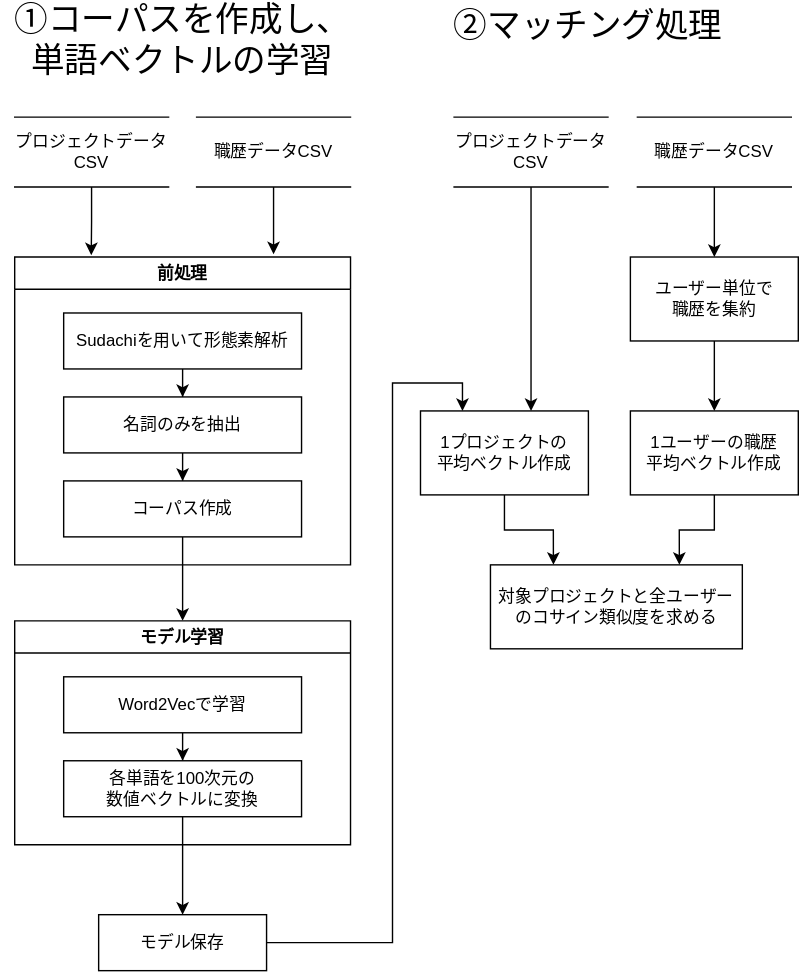
Before: マッチング処理のデータフロー図.drawio.svg, a diagram exported from draw.io (Aoki-Dai/drawio). Source tidied: cells renumbered, new cells last; positions are measured from the earlier drawing's top-left corner, leaving out a move shared by most shapes.
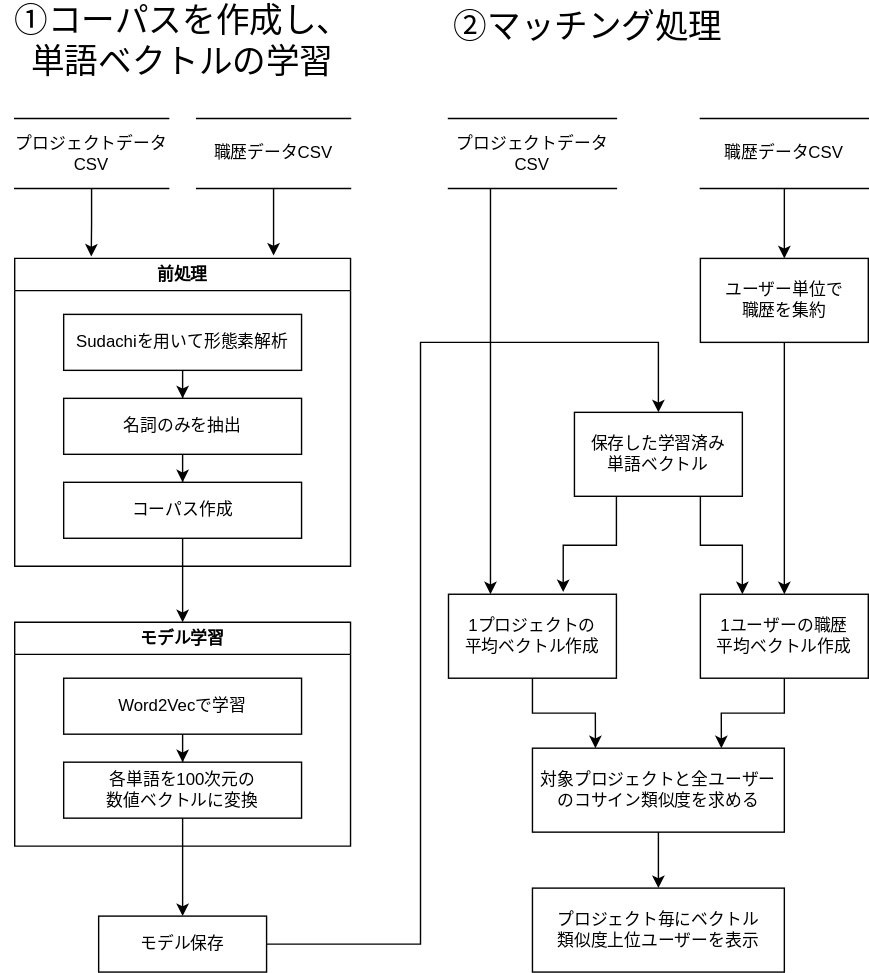
Later version of the same file.

Commit message:
マッチング処理のデータフロー図.drawio.svg を更新します

The edit, as a diff of the source:
```diff
@@ -44,15 +44,15 @@
     <mxCell id="15" value="各単語を100次元の&lt;br&gt;数値ベクトルに変換" style="rounded=0;whiteSpace=wrap;html=1;" parent="12" vertex="1">
       <mxGeometry x="35" y="100" width="170" height="40" as="geometry" />
     </mxCell>
-    <mxCell id="16" style="edgeStyle=orthogonalEdgeStyle;rounded=0;jettySize=auto;html=1;exitX=1;exitY=0.5;exitDx=0;exitDy=0;entryX=0.25;entryY=0;entryDx=0;entryDy=0;" parent="1" edge="1" source="17" target="22">
-      <mxGeometry relative="1" as="geometry">
-        <Array as="points">
-          <mxPoint x="280" y="670" />
-          <mxPoint x="280" y="270" />
-          <mxPoint x="330" y="270" />
-        </Array>
-      </mxGeometry>
-    </mxCell>
+    <mxCell id="33" style="edgeStyle=orthogonalEdgeStyle;rounded=0;jettySize=auto;html=1;exitX=1;exitY=0.5;exitDx=0;exitDy=0;entryX=0.5;entryY=0;entryDx=0;entryDy=0;" parent="1" edge="1" source="17" target="38">
+      <mxGeometry relative="1" as="geometry">
+        <Array as="points">
+          <mxPoint x="300" y="670" />
+          <mxPoint x="300" y="240" />
+          <mxPoint x="470" y="240" />
+        </Array>
+      </mxGeometry>
+    </mxCell>
     <mxCell id="17" value="モデル保存" style="whiteSpace=wrap;html=1;rounded=0;" parent="1" vertex="1">
       <mxGeometry x="70" y="650" width="120" height="40" as="geometry" />
     </mxCell>
@@ -63,36 +63,37 @@
       <mxGeometry relative="1" as="geometry" />
     </mxCell>
     <mxCell id="20" value="ユーザー単位で&lt;div&gt;職歴を集約&lt;/div&gt;" style="whiteSpace=wrap;html=1;" parent="1" vertex="1">
-      <mxGeometry x="450" y="180" width="120" height="60" as="geometry" />
+      <mxGeometry x="500" y="180" width="120" height="60" as="geometry" />
     </mxCell>
     <mxCell id="21" style="edgeStyle=orthogonalEdgeStyle;rounded=0;jettySize=auto;html=1;exitX=0.5;exitY=1;exitDx=0;exitDy=0;entryX=0.25;entryY=0;entryDx=0;entryDy=0;" parent="1" edge="1" source="22" target="24">
       <mxGeometry relative="1" as="geometry" />
     </mxCell>
     <mxCell id="22" value="1プロジェクトの&lt;div&gt;平均ベクトル作成&lt;/div&gt;" style="whiteSpace=wrap;html=1;" parent="1" vertex="1">
-      <mxGeometry x="300" y="290" width="120" height="60" as="geometry" />
+      <mxGeometry x="320" y="420" width="120" height="60" as="geometry" />
     </mxCell>
+    <mxCell id="25" style="edgeStyle=orthogonalEdgeStyle;rounded=0;jettySize=auto;html=1;exitX=0.5;exitY=1;exitDx=0;exitDy=0;entryX=0.75;entryY=0;entryDx=0;entryDy=0;" parent="1" edge="1" source="23" target="24">
+      <mxGeometry relative="1" as="geometry" />
+    </mxCell>
     <mxCell id="23" value="1ユーザーの&lt;span style=&quot;background-color: transparent; color: light-dark(rgb(0, 0, 0), rgb(255, 255, 255));&quot;&gt;職歴&lt;/span&gt;&lt;div&gt;&lt;span style=&quot;background-color: transparent; color: light-dark(rgb(0, 0, 0), rgb(255, 255, 255));&quot;&gt;平均ベクトル作成&lt;/span&gt;&lt;/div&gt;" style="whiteSpace=wrap;html=1;" parent="1" vertex="1">
-      <mxGeometry x="450" y="290" width="120" height="60" as="geometry" />
+      <mxGeometry x="500" y="420" width="120" height="60" as="geometry" />
     </mxCell>
+    <mxCell id="34" style="edgeStyle=orthogonalEdgeStyle;rounded=0;jettySize=auto;html=1;exitX=0.5;exitY=1;exitDx=0;exitDy=0;entryX=0.5;entryY=0;entryDx=0;entryDy=0;" parent="1" edge="1" source="24" target="36">
+      <mxGeometry relative="1" as="geometry" />
+    </mxCell>
     <mxCell id="24" value="対象プロジェクトと全ユーザーの&lt;span style=&quot;background-color: transparent; color: light-dark(rgb(0, 0, 0), rgb(255, 255, 255));&quot;&gt;コサイン類似度を求める&lt;/span&gt;" style="whiteSpace=wrap;html=1;" parent="1" vertex="1">
-      <mxGeometry x="350" y="400" width="180" height="60" as="geometry" />
+      <mxGeometry x="380" y="530" width="180" height="60" as="geometry" />
     </mxCell>
-    <mxCell id="25" style="edgeStyle=orthogonalEdgeStyle;rounded=0;jettySize=auto;html=1;exitX=0.5;exitY=1;exitDx=0;exitDy=0;entryX=0.75;entryY=0;entryDx=0;entryDy=0;" parent="1" edge="1" source="23" target="24">
-      <mxGeometry relative="1" as="geometry" />
-    </mxCell>
-    <mxCell id="26" style="edgeStyle=orthogonalEdgeStyle;rounded=0;jettySize=auto;html=1;exitX=0.5;exitY=1;exitDx=0;exitDy=0;" parent="1" edge="1" source="27">
-      <mxGeometry relative="1" as="geometry">
-        <mxPoint x="379" y="290" as="targetPoint" />
-      </mxGeometry>
-    </mxCell>
+    <mxCell id="35" style="edgeStyle=orthogonalEdgeStyle;rounded=0;jettySize=auto;html=1;exitX=0.25;exitY=1;exitDx=0;exitDy=0;entryX=0.25;entryY=0;entryDx=0;entryDy=0;" parent="1" edge="1" source="27" target="22">
+      <mxGeometry relative="1" as="geometry" />
+    </mxCell>
     <mxCell id="27" value="プロジェクトデータCSV" style="html=1;dashed=0;whiteSpace=wrap;shape=partialRectangle;right=0;left=0;" parent="1" vertex="1">
-      <mxGeometry x="324" y="80" width="110" height="50" as="geometry" />
+      <mxGeometry x="320" y="80" width="120" height="50" as="geometry" />
     </mxCell>
     <mxCell id="28" style="edgeStyle=orthogonalEdgeStyle;rounded=0;jettySize=auto;html=1;entryX=0.5;entryY=0;entryDx=0;entryDy=0;" parent="1" edge="1" source="29" target="20">
       <mxGeometry relative="1" as="geometry" />
     </mxCell>
     <mxCell id="29" value="職歴データCSV" style="html=1;dashed=0;whiteSpace=wrap;shape=partialRectangle;right=0;left=0;" parent="1" vertex="1">
-      <mxGeometry x="455" y="80" width="110" height="50" as="geometry" />
+      <mxGeometry x="500" y="80" width="120" height="50" as="geometry" />
     </mxCell>
     <mxCell id="30" style="edgeStyle=orthogonalEdgeStyle;rounded=0;jettySize=auto;html=1;exitX=0.5;exitY=1;exitDx=0;exitDy=0;" parent="1" edge="1" source="4">
       <mxGeometry relative="1" as="geometry">
@@ -105,5 +106,17 @@
     <mxCell id="32" value="&lt;font style=&quot;font-size: 24px;&quot;&gt;②マッチング処理&lt;/font&gt;" style="text;html=1;whiteSpace=wrap;strokeColor=none;fillColor=none;align=center;verticalAlign=middle;rounded=0;" parent="1" vertex="1">
       <mxGeometry x="310" width="220" height="30" as="geometry" />
     </mxCell>
+    <mxCell id="36" value="プロジェクト毎に&lt;span style=&quot;background-color: transparent; color: light-dark(rgb(0, 0, 0), rgb(255, 255, 255));&quot;&gt;ベクトル&lt;/span&gt;&lt;div&gt;&lt;span style=&quot;background-color: transparent; color: light-dark(rgb(0, 0, 0), rgb(255, 255, 255));&quot;&gt;類似度&lt;/span&gt;&lt;span style=&quot;background-color: transparent; color: light-dark(rgb(0, 0, 0), rgb(255, 255, 255));&quot;&gt;上位ユーザーを表示&lt;/span&gt;&lt;/div&gt;" style="whiteSpace=wrap;html=1;" parent="1" vertex="1">
+      <mxGeometry x="380" y="630" width="180" height="60" as="geometry" />
+    </mxCell>
+    <mxCell id="37" style="edgeStyle=orthogonalEdgeStyle;rounded=0;jettySize=auto;html=1;exitX=0.75;exitY=1;exitDx=0;exitDy=0;entryX=0.25;entryY=0;entryDx=0;entryDy=0;" parent="1" edge="1" source="38" target="23">
+      <mxGeometry relative="1" as="geometry" />
+    </mxCell>
+    <mxCell id="38" value="保存した学習済み&lt;div&gt;単語ベクトル&lt;/div&gt;" style="whiteSpace=wrap;html=1;" parent="1" vertex="1">
+      <mxGeometry x="410" y="290" width="120" height="60" as="geometry" />
+    </mxCell>
+    <mxCell id="39" style="edgeStyle=orthogonalEdgeStyle;rounded=0;jettySize=auto;html=1;exitX=0.25;exitY=1;exitDx=0;exitDy=0;entryX=0.683;entryY=-0.026;entryDx=0;entryDy=0;entryPerimeter=0;" parent="1" edge="1" source="38" target="22">
+      <mxGeometry relative="1" as="geometry" />
+    </mxCell>
   </root>
 </mxGraphModel>
```
